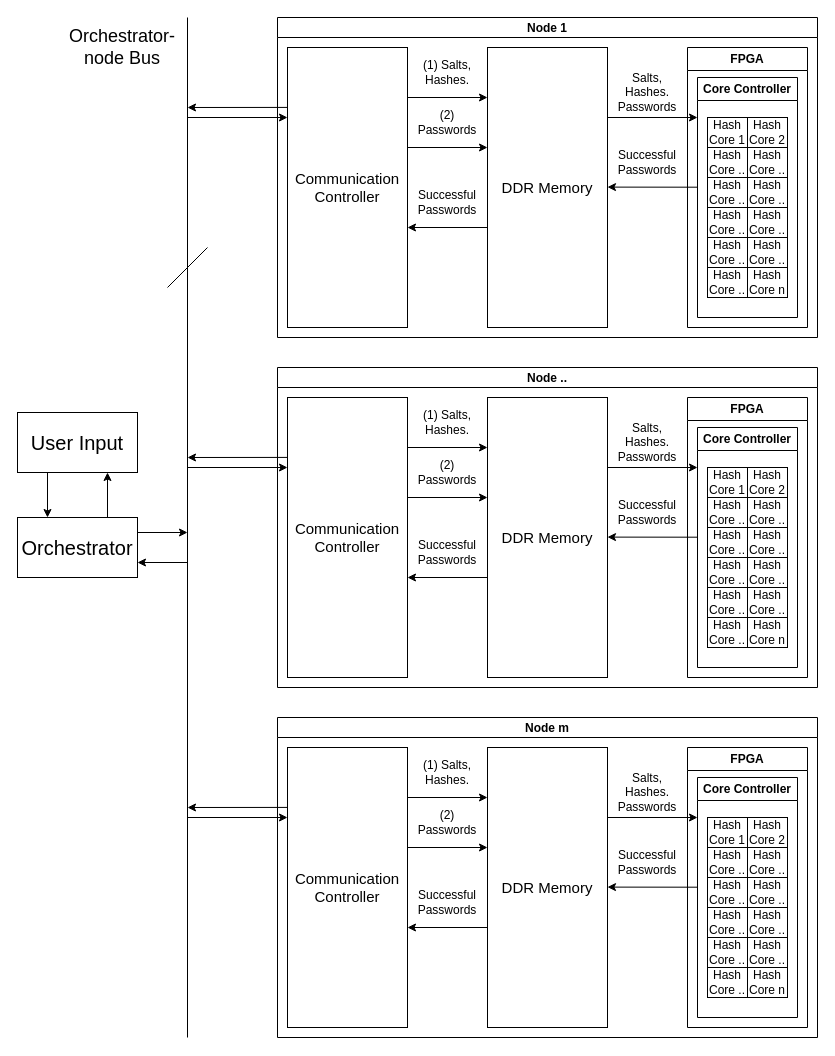
Earlier version of the draw.io diagram figures/system-overview/system-overview.drawio (Niclasapdk/ESD3_project). Source tidied: cells renumbered, new cells numbered last; positions are measured from the earlier drawing's top-left corner, leaving out a move shared by most shapes. Both pictures are drawn from the tidied source at 100%, with x=0, y=0 at pixel (17, 17).
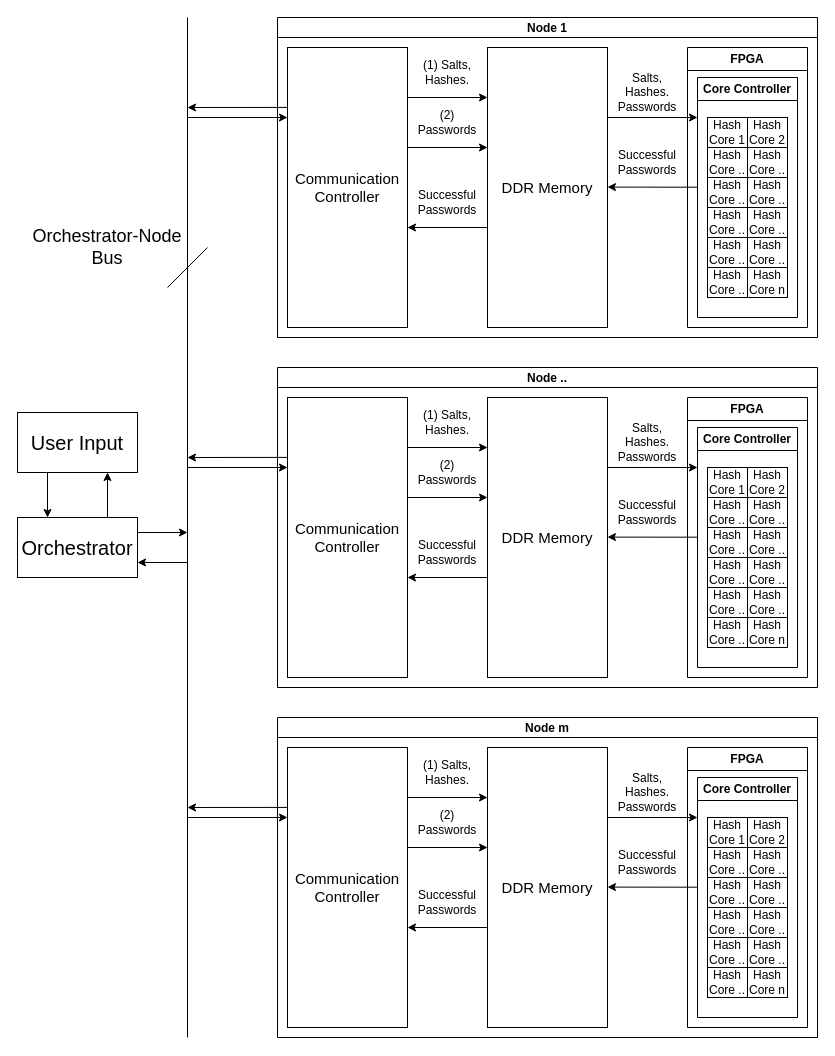
The same page after the edit.

Commit message:
revise system overview bus label

What changed in the source:
```diff
@@
-    <mxCell id="86" value="&lt;font style=&quot;font-size: 18px;&quot;&gt;Orchestrator-node Bus&lt;/font&gt;" style="text;html=1;strokeColor=none;fillColor=none;align=center;verticalAlign=middle;whiteSpace=wrap;rounded=0;" parent="1" vertex="1">
-      <mxGeometry x="50" width="110" height="60" as="geometry" />
+    <mxCell id="86" value="&lt;font style=&quot;font-size: 18px;&quot;&gt;Orchestrator-Node Bus&lt;/font&gt;" style="text;html=1;strokeColor=none;fillColor=none;align=center;verticalAlign=middle;whiteSpace=wrap;rounded=0;" parent="1" vertex="1">
+      <mxGeometry x="10" y="200" width="160" height="60" as="geometry" />
     </mxCell>
```
